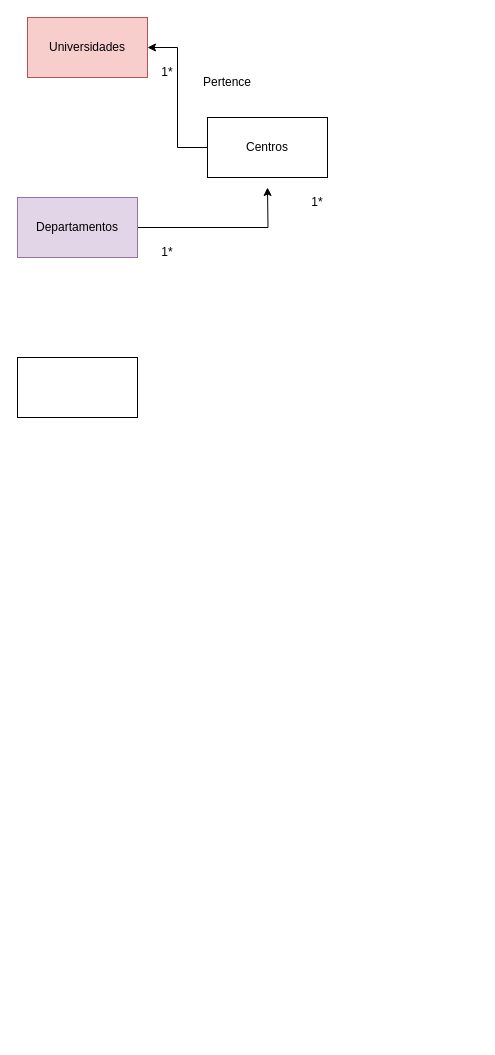
The draw.io diagram Diagrama sem nome.drawio in livramos/Modelagem-de-Dados-, before the edit. Source tidied: cells renumbered, new cells numbered last; positions are measured from the earlier drawing's top-left corner, leaving out a move shared by most shapes. Both pictures are drawn from the tidied source at 100%, with x=0, y=0 at pixel (17, 17).
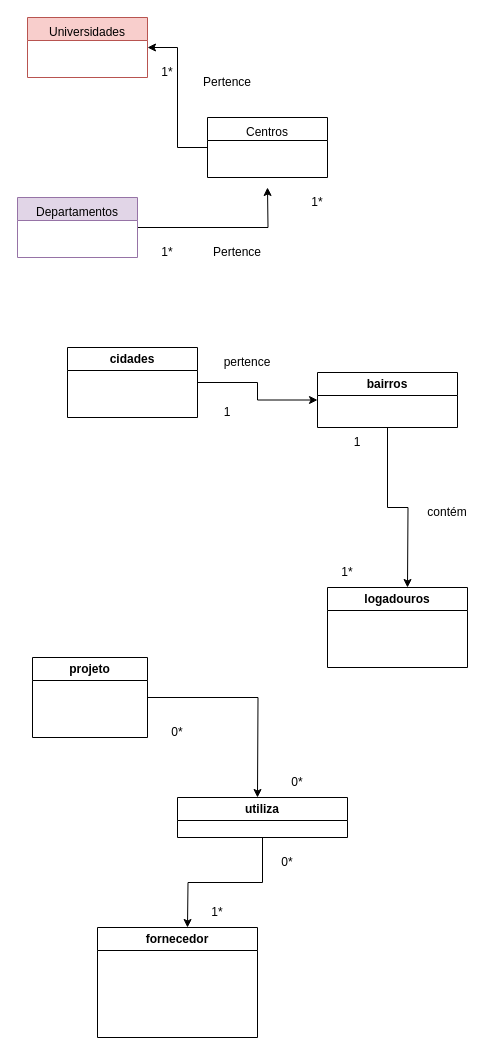
The same diagram, later.

The edit, as a diff of the source:
```diff
@@
-    <mxCell id="2" style="rounded=0;whiteSpace=wrap;html=1;fillColor=#f8cecc;strokeColor=#b85450;" parent="1" vertex="1">
+    <mxCell id="2" style="rounded=0;whiteSpace=wrap;html=1;fillColor=#f8cecc;strokeColor=#b85450;shape=swimlane;fontStyle=1;startSize=23;" parent="1" vertex="1">
       <mxGeometry x="10" width="120" height="60" as="geometry" />
     </mxCell>
-    <mxCell id="3" value="Universidades" style="text;html=1;align=center;verticalAlign=middle;whiteSpace=wrap;rounded=0;" parent="1" vertex="1">
-      <mxGeometry x="40" y="15" width="60" height="30" as="geometry" />
+    <mxCell id="3" value="Universidades" style="text;html=1;align=center;verticalAlign=middle;whiteSpace=wrap;rounded=0;" parent="2" vertex="1">
+      <mxGeometry x="30" width="60" height="30" as="geometry" />
     </mxCell>
@@
-    <mxCell id="6" style="rounded=0;whiteSpace=wrap;html=1;fillColor=#e1d5e7;strokeColor=#9673a6;" parent="1" vertex="1">
+    <mxCell id="6" style="rounded=0;whiteSpace=wrap;html=1;fillColor=#e1d5e7;strokeColor=#9673a6;shape=swimlane;fontStyle=1;startSize=23;" parent="1" vertex="1">
       <mxGeometry y="180" width="120" height="60" as="geometry" />
     </mxCell>
-    <mxCell id="7" value="Departamentos" style="text;html=1;align=center;verticalAlign=middle;whiteSpace=wrap;rounded=0;" parent="1" vertex="1">
-      <mxGeometry x="30" y="195" width="60" height="30" as="geometry" />
+    <mxCell id="7" value="Departamentos" style="text;html=1;align=center;verticalAlign=middle;whiteSpace=wrap;rounded=0;" parent="6" vertex="1">
+      <mxGeometry x="30" width="60" height="30" as="geometry" />
     </mxCell>
@@
-    <mxCell id="11" style="rounded=0;whiteSpace=wrap;html=1;" parent="1" vertex="1">
+    <mxCell id="11" style="rounded=0;whiteSpace=wrap;html=1;shape=swimlane;fontStyle=1;startSize=23;" parent="1" vertex="1">
       <mxGeometry x="190" y="100" width="120" height="60" as="geometry" />
     </mxCell>
+    <mxCell id="13" value="Centros" style="text;html=1;align=center;verticalAlign=middle;whiteSpace=wrap;rounded=0;" parent="11" vertex="1">
+      <mxGeometry x="30" width="60" height="30" as="geometry" />
+    </mxCell>
@@
-    <mxCell id="13" value="Centros" style="text;html=1;align=center;verticalAlign=middle;whiteSpace=wrap;rounded=0;" parent="1" vertex="1">
-      <mxGeometry x="220" y="115" width="60" height="30" as="geometry" />
-    </mxCell>
-    <mxCell id="14" style="rounded=0;whiteSpace=wrap;html=1;" parent="1" vertex="1">
-      <mxGeometry y="340" width="120" height="60" as="geometry" />
-    </mxCell>
+    <mxCell id="15" value="Pertence" style="text;html=1;align=center;verticalAlign=middle;whiteSpace=wrap;rounded=0;" parent="1" vertex="1">
+      <mxGeometry x="190" y="220" width="60" height="30" as="geometry" />
+    </mxCell>
+    <mxCell id="16" style="edgeStyle=orthogonalEdgeStyle;rounded=0;jettySize=auto;html=1;exitX=1;exitY=0.5;exitDx=0;exitDy=0;entryX=0;entryY=0.5;entryDx=0;entryDy=0;" parent="1" edge="1" source="17" target="19">
+      <mxGeometry relative="1" as="geometry" />
+    </mxCell>
+    <mxCell id="17" value="cidades" style="swimlane;whiteSpace=wrap;html=1;" parent="1" vertex="1">
+      <mxGeometry x="50" y="330" width="130" height="70" as="geometry" />
+    </mxCell>
+    <mxCell id="18" style="edgeStyle=orthogonalEdgeStyle;rounded=0;jettySize=auto;html=1;exitX=0.5;exitY=1;exitDx=0;exitDy=0;" parent="1" edge="1" source="19">
+      <mxGeometry relative="1" as="geometry">
+        <mxPoint x="390" y="570" as="targetPoint" />
+      </mxGeometry>
+    </mxCell>
+    <mxCell id="19" value="bairros" style="swimlane;whiteSpace=wrap;html=1;" parent="1" vertex="1">
+      <mxGeometry x="300" y="355" width="140" height="55" as="geometry" />
+    </mxCell>
+    <mxCell id="20" value="pertence" style="text;html=1;align=center;verticalAlign=middle;whiteSpace=wrap;rounded=0;" parent="1" vertex="1">
+      <mxGeometry x="200" y="330" width="60" height="30" as="geometry" />
+    </mxCell>
+    <mxCell id="21" value="1" style="text;html=1;align=center;verticalAlign=middle;whiteSpace=wrap;rounded=0;" parent="1" vertex="1">
+      <mxGeometry x="180" y="380" width="60" height="30" as="geometry" />
+    </mxCell>
+    <mxCell id="22" value="logadouros" style="swimlane;whiteSpace=wrap;html=1;" parent="1" vertex="1">
+      <mxGeometry x="310" y="570" width="140" height="80" as="geometry" />
+    </mxCell>
+    <mxCell id="23" value="1*" style="text;html=1;align=center;verticalAlign=middle;whiteSpace=wrap;rounded=0;" parent="1" vertex="1">
+      <mxGeometry x="300" y="540" width="60" height="30" as="geometry" />
+    </mxCell>
+    <mxCell id="24" value="1" style="text;html=1;align=center;verticalAlign=middle;whiteSpace=wrap;rounded=0;" parent="1" vertex="1">
+      <mxGeometry x="310" y="410" width="60" height="30" as="geometry" />
+    </mxCell>
+    <mxCell id="25" value="contém" style="text;html=1;align=center;verticalAlign=middle;whiteSpace=wrap;rounded=0;" parent="1" vertex="1">
+      <mxGeometry x="400" y="480" width="60" height="30" as="geometry" />
+    </mxCell>
+    <mxCell id="26" style="edgeStyle=orthogonalEdgeStyle;rounded=0;jettySize=auto;html=1;" parent="1" edge="1" source="27">
+      <mxGeometry relative="1" as="geometry">
+        <mxPoint x="240" y="780" as="targetPoint" />
+      </mxGeometry>
+    </mxCell>
+    <mxCell id="27" value="projeto" style="swimlane;whiteSpace=wrap;html=1;" parent="1" vertex="1">
+      <mxGeometry x="15" y="640" width="115" height="80" as="geometry" />
+    </mxCell>
+    <mxCell id="28" style="edgeStyle=orthogonalEdgeStyle;rounded=0;jettySize=auto;html=1;" parent="1" edge="1" source="29">
+      <mxGeometry relative="1" as="geometry">
+        <mxPoint x="170" y="910" as="targetPoint" />
+      </mxGeometry>
+    </mxCell>
+    <mxCell id="29" value="utiliza" style="swimlane;whiteSpace=wrap;html=1;" parent="1" vertex="1">
+      <mxGeometry x="160" y="780" width="170" height="40" as="geometry" />
+    </mxCell>
+    <mxCell id="30" value="fornecedor" style="swimlane;whiteSpace=wrap;html=1;" parent="1" vertex="1">
+      <mxGeometry x="80" y="910" width="160" height="110" as="geometry" />
+    </mxCell>
+    <mxCell id="31" value="0*" style="text;html=1;align=center;verticalAlign=middle;whiteSpace=wrap;rounded=0;" parent="1" vertex="1">
+      <mxGeometry x="130" y="700" width="60" height="30" as="geometry" />
+    </mxCell>
+    <mxCell id="32" value="0*" style="text;html=1;align=center;verticalAlign=middle;whiteSpace=wrap;rounded=0;" parent="1" vertex="1">
+      <mxGeometry x="250" y="750" width="60" height="30" as="geometry" />
+    </mxCell>
+    <mxCell id="33" value="0*" style="text;html=1;align=center;verticalAlign=middle;whiteSpace=wrap;rounded=0;" parent="1" vertex="1">
+      <mxGeometry x="240" y="830" width="60" height="30" as="geometry" />
+    </mxCell>
+    <mxCell id="34" value="1*" style="text;html=1;align=center;verticalAlign=middle;whiteSpace=wrap;rounded=0;" parent="1" vertex="1">
+      <mxGeometry x="170" y="880" width="60" height="30" as="geometry" />
+    </mxCell>
```
